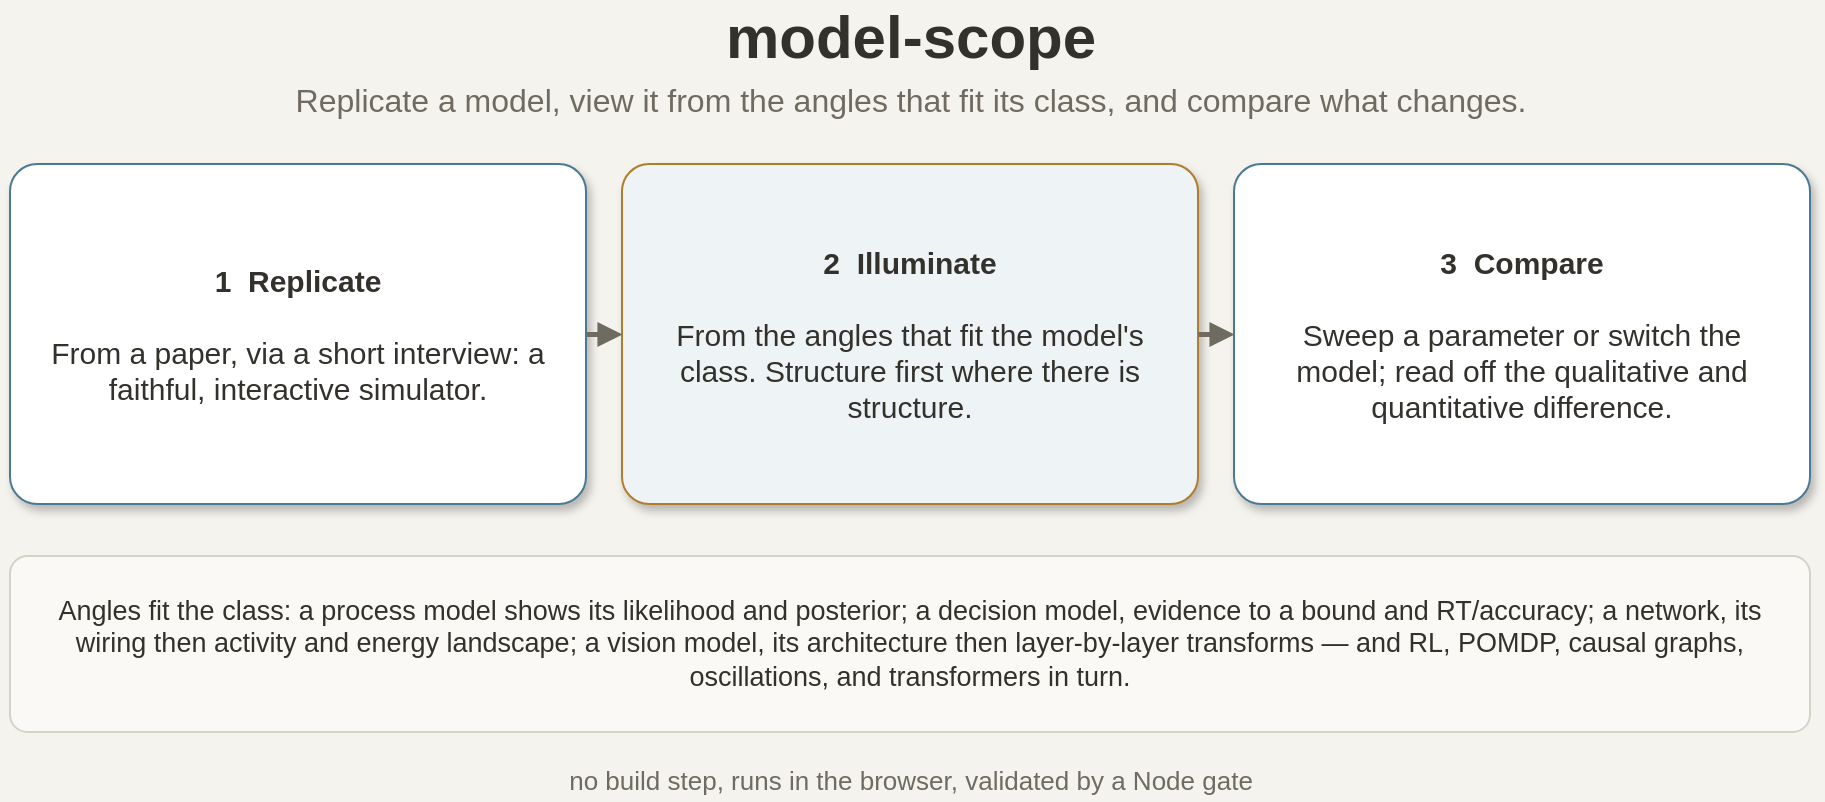
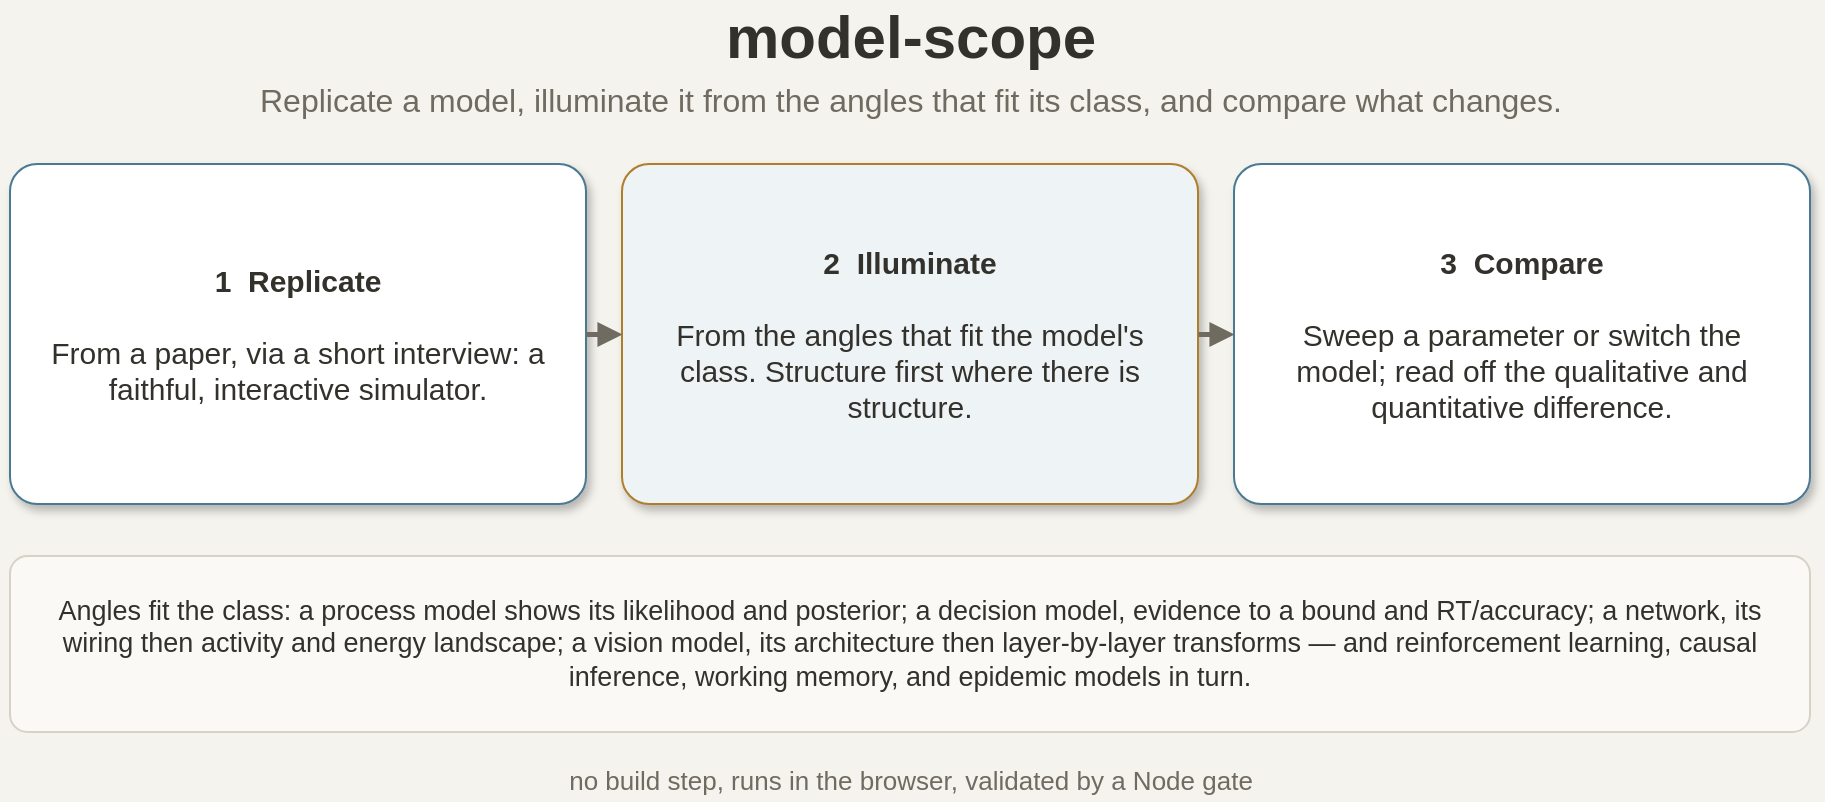
<mxfile host="model-scope">
  <diagram name="model-scope-overview">
    <mxGraphModel dx="900" dy="600" grid="0" gridSize="10" guides="1" tooltips="1" connect="1" arrows="1" fold="1" page="1" pageScale="1" pageWidth="960" pageHeight="470" math="0" shadow="0" background="#f4f3ee">
      <root>
        <mxCell id="0"/>
        <mxCell id="1" parent="0"/>

        <mxCell id="title" value="model-scope" style="text;html=1;strokeColor=none;fillColor=none;align=center;verticalAlign=middle;fontSize=30;fontStyle=1;fontColor=#33312c;" vertex="1" parent="1"><mxGeometry x="40" y="22" width="880" height="36" as="geometry"/></mxCell>
-         <mxCell id="sub" value="Replicate a model, view it from the angles that fit its class, and compare what changes." style="text;html=1;strokeColor=none;fillColor=none;align=center;verticalAlign=middle;fontSize=16;fontColor=#6f6b61;" vertex="1" parent="1"><mxGeometry x="40" y="60" width="880" height="24" as="geometry"/></mxCell>
+         <mxCell id="sub" value="Replicate a model, illuminate it from the angles that fit its class, and compare what changes." style="text;html=1;strokeColor=none;fillColor=none;align=center;verticalAlign=middle;fontSize=16;fontColor=#6f6b61;" vertex="1" parent="1"><mxGeometry x="40" y="60" width="880" height="24" as="geometry"/></mxCell>

        <mxCell id="b1" value="&lt;b&gt;1&amp;nbsp; Replicate&lt;/b&gt;&lt;br&gt;&lt;br&gt;From a paper, via a short interview: a faithful, interactive simulator." style="rounded=1;whiteSpace=wrap;html=1;arcSize=8;fillColor=#ffffff;strokeColor=#4a7a93;fontSize=15;fontColor=#33312c;align=center;verticalAlign=middle;spacing=12;shadow=1;" vertex="1" parent="1"><mxGeometry x="30" y="104" width="288" height="170" as="geometry"/></mxCell>
        <mxCell id="b2" value="&lt;b&gt;2&amp;nbsp; Illuminate&lt;/b&gt;&lt;br&gt;&lt;br&gt;From the angles that fit the model's class. Structure first where there is structure." style="rounded=1;whiteSpace=wrap;html=1;arcSize=8;fillColor=#eef3f5;strokeColor=#b07d2a;fontSize=15;fontColor=#33312c;align=center;verticalAlign=middle;spacing=12;shadow=1;" vertex="1" parent="1"><mxGeometry x="336" y="104" width="288" height="170" as="geometry"/></mxCell>
        <mxCell id="b3" value="&lt;b&gt;3&amp;nbsp; Compare&lt;/b&gt;&lt;br&gt;&lt;br&gt;Sweep a parameter or switch the model; read off the qualitative and quantitative difference." style="rounded=1;whiteSpace=wrap;html=1;arcSize=8;fillColor=#ffffff;strokeColor=#4a7a93;fontSize=15;fontColor=#33312c;align=center;verticalAlign=middle;spacing=12;shadow=1;" vertex="1" parent="1"><mxGeometry x="642" y="104" width="288" height="170" as="geometry"/></mxCell>
        <mxCell id="e1" style="endArrow=block;html=1;rounded=1;strokeColor=#6f6b61;strokeWidth=2.5;" edge="1" parent="1" source="b1" target="b2"><mxGeometry relative="1" as="geometry"/></mxCell>
        <mxCell id="e2" style="endArrow=block;html=1;rounded=1;strokeColor=#6f6b61;strokeWidth=2.5;" edge="1" parent="1" source="b2" target="b3"><mxGeometry relative="1" as="geometry"/></mxCell>

-         <mxCell id="cls" value="Angles fit the class: a process model shows its likelihood and posterior; a decision model, evidence to a bound and RT/accuracy; a network, its wiring then activity and energy landscape; a vision model, its architecture then layer-by-layer transforms — and RL, POMDP, causal graphs, oscillations, and transformers in turn." style="rounded=1;whiteSpace=wrap;html=1;arcSize=10;fillColor=#faf9f5;strokeColor=#d6d2c5;fontSize=13.5;fontColor=#33312c;align=center;verticalAlign=middle;spacing=10;" vertex="1" parent="1"><mxGeometry x="30" y="300" width="900" height="88" as="geometry"/></mxCell>
+         <mxCell id="cls" value="Angles fit the class: a process model shows its likelihood and posterior; a decision model, evidence to a bound and RT/accuracy; a network, its wiring then activity and energy landscape; a vision model, its architecture then layer-by-layer transforms — and reinforcement learning, causal inference, working memory, and epidemic models in turn." style="rounded=1;whiteSpace=wrap;html=1;arcSize=10;fillColor=#faf9f5;strokeColor=#d6d2c5;fontSize=13.5;fontColor=#33312c;align=center;verticalAlign=middle;spacing=10;" vertex="1" parent="1"><mxGeometry x="30" y="300" width="900" height="88" as="geometry"/></mxCell>

        <mxCell id="foot" value="no build step, runs in the browser, validated by a Node gate" style="text;html=1;strokeColor=none;fillColor=none;align=center;verticalAlign=middle;fontSize=13;fontColor=#6f6b61;" vertex="1" parent="1"><mxGeometry x="40" y="402" width="880" height="20" as="geometry"/></mxCell>

      </root>
    </mxGraphModel>
  </diagram>
</mxfile>
